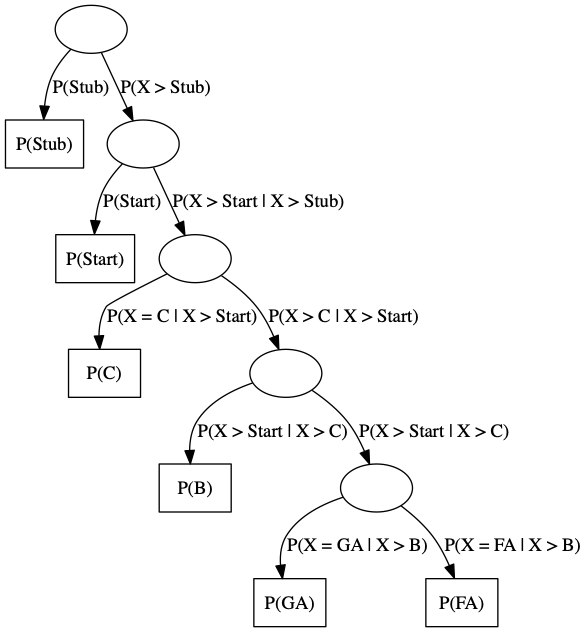
This is notebooks/model.gv.png from jrnold/wikidit, a Graphviz export, as it was before one commit. Its source is kept beside it as notebooks/model.gv.
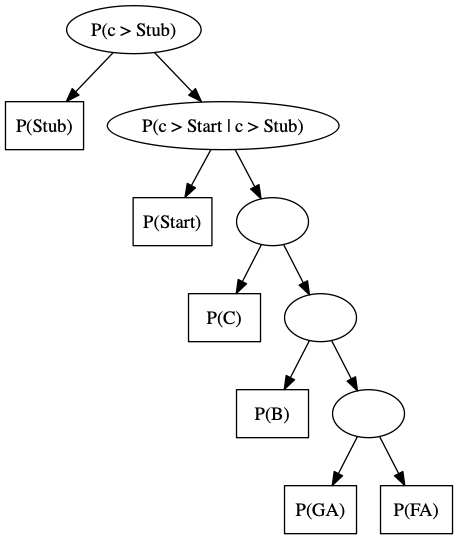
After the change.

Change to the diagram source:
```diff
@@ -1,7 +1,7 @@
 digraph {
-	root [label=""]
+	root [label="P(c > Stub)"]
 	stub [label="P(Stub)" shape=rectangle]
-	gtstub [label=""]
+	gtstub [label="P(c > Start | c > Stub)"]
 	start [label="P(Start)" shape=rectangle]
 	gtstart [label=""]
 	c [label="P(C)" shape=rectangle]
@@ -10,14 +10,14 @@
 	gtb [label=""]
 	ga [label="P(GA)" shape=rectangle]
 	fa [label="P(FA)" shape=rectangle]
-	root -> stub [label="P(Stub)"]
-	root -> gtstub [label="P(X > Stub)"]
-	gtstub -> start [label="P(Start)"]
-	gtstub -> gtstart [label="P(X > Start | X > Stub)"]
-	gtstart -> c [label="P(X = C | X > Start)"]
-	gtstart -> gtc [label="P(X > C | X > Start)"]
-	gtc -> b [label="P(X > Start | X > C)"]
-	gtc -> gtb [label="P(X > Start | X > C)"]
-	gtb -> ga [label="P(X = GA | X > B)"]
-	gtb -> fa [label="P(X = FA | X > B)"]
+	root -> stub [label=""]
+	root -> gtstub [label=""]
+	gtstub -> start [label=""]
+	gtstub -> gtstart [label=""]
+	gtstart -> c [label=""]
+	gtstart -> gtc [label=""]
+	gtc -> b [label=""]
+	gtc -> gtb [label=""]
+	gtb -> ga [label=""]
+	gtb -> fa [label=""]
 }
```
